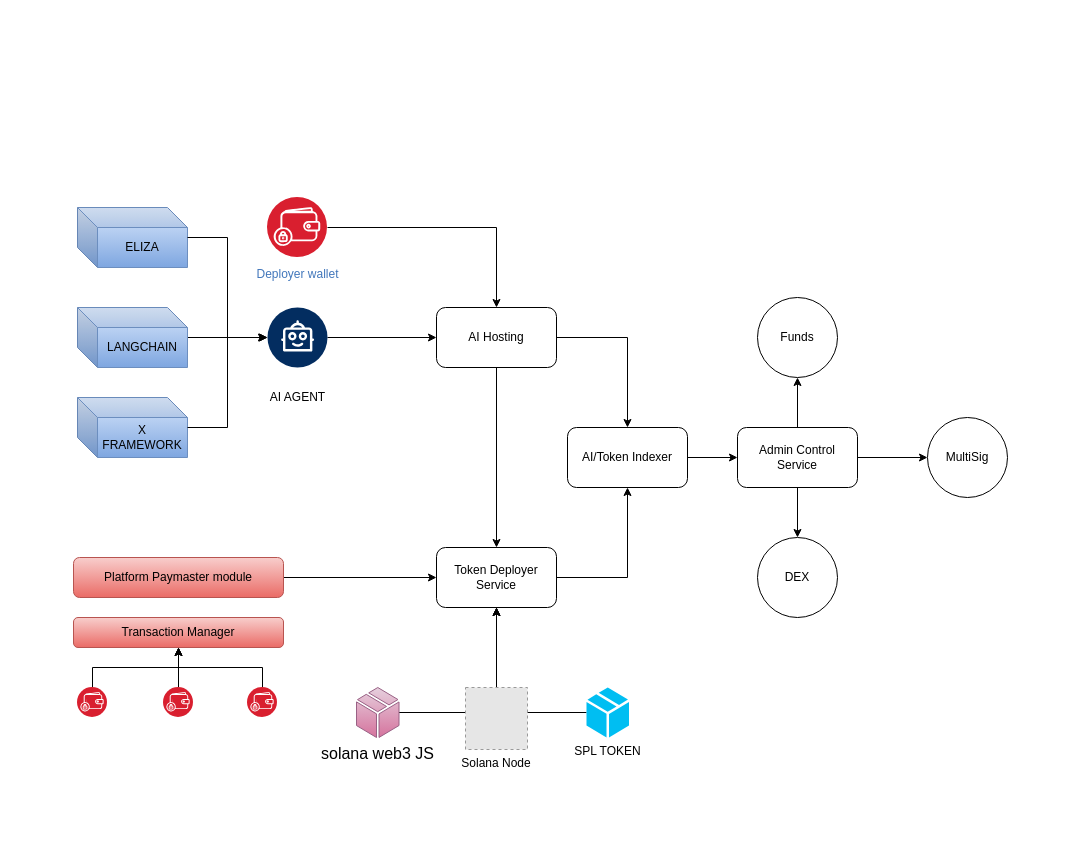
The draw.io diagram UpStreet-flow-diagram.drawio in ali-05-ahmed/Concept-Diagrams, before the edit. Source tidied: cells renumbered, new cells numbered last; positions are measured from the earlier drawing's top-left corner, leaving out a move shared by most shapes. Both pictures are drawn from the tidied source at 100%, with x=0, y=0 at pixel (73, 197). Pictures stored in the file or linked from it are replaced by grey dashed boxes.
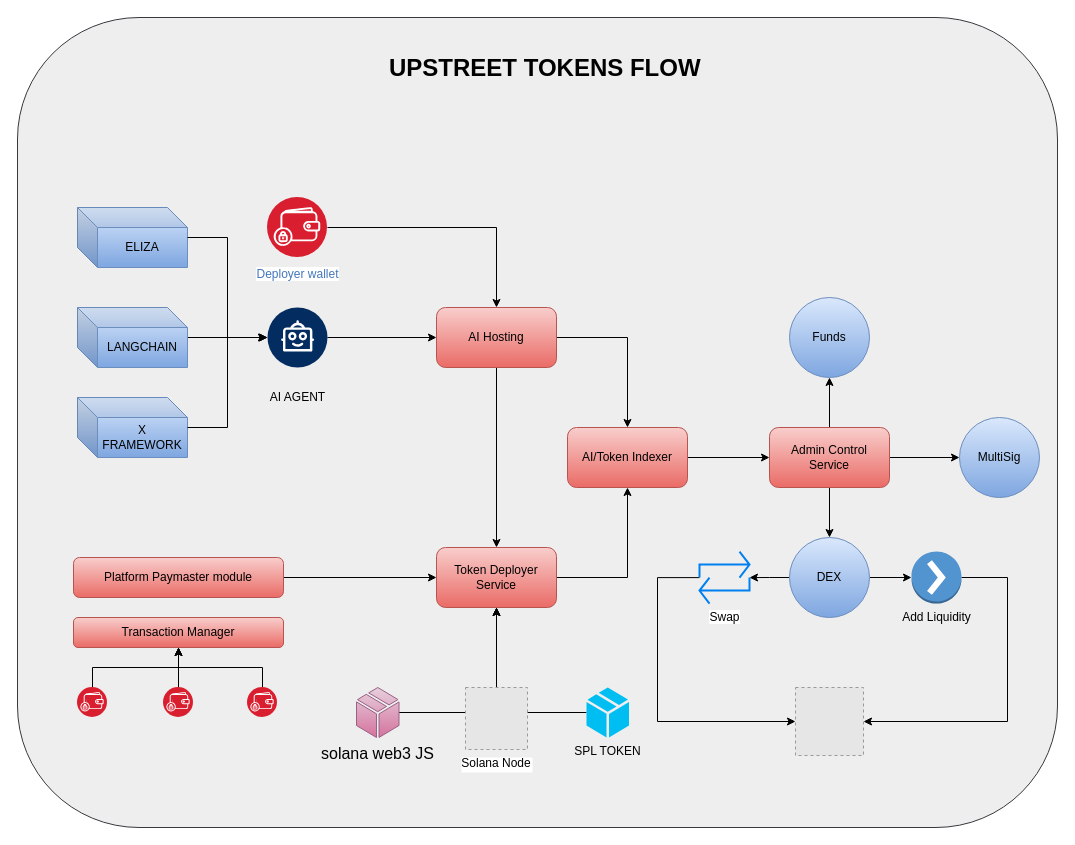
The same diagram, later.

Diff of the diagram source:
```diff
@@
+    <mxCell id="41" style="rounded=1;whiteSpace=wrap;html=1;fillColor=#eeeeee;strokeColor=#36393d;" parent="1" vertex="1">
+      <mxGeometry x="-56" y="-180" width="1040" height="810" as="geometry" />
+    </mxCell>
@@
-    <mxCell id="4" value="AI Hosting" style="rounded=1;whiteSpace=wrap;html=1;" parent="1" vertex="1">
+    <mxCell id="4" value="AI Hosting" style="rounded=1;whiteSpace=wrap;html=1;fillColor=#f8cecc;gradientColor=#ea6b66;strokeColor=#b85450;" parent="1" vertex="1">
       <mxGeometry x="363" y="110" width="120" height="60" as="geometry" />
     </mxCell>
@@
-    <mxCell id="10" value="Token Deployer Service" style="rounded=1;whiteSpace=wrap;html=1;" parent="1" vertex="1">
+    <mxCell id="10" value="Token Deployer Service" style="rounded=1;whiteSpace=wrap;html=1;fillColor=#f8cecc;gradientColor=#ea6b66;strokeColor=#b85450;" parent="1" vertex="1">
       <mxGeometry x="363" y="350" width="120" height="60" as="geometry" />
     </mxCell>
@@
-    <mxCell id="18" value="AI/Token Indexer" style="rounded=1;whiteSpace=wrap;html=1;" parent="1" vertex="1">
+    <mxCell id="18" value="AI/Token Indexer" style="rounded=1;whiteSpace=wrap;html=1;fillColor=#f8cecc;gradientColor=#ea6b66;strokeColor=#b85450;" parent="1" vertex="1">
       <mxGeometry x="494" y="230" width="120" height="60" as="geometry" />
     </mxCell>
@@
-    <mxCell id="37" value="Admin Control Service" style="rounded=1;whiteSpace=wrap;html=1;" parent="1" vertex="1">
-      <mxGeometry x="664" y="230" width="120" height="60" as="geometry" />
+    <mxCell id="37" value="Admin Control Service" style="rounded=1;whiteSpace=wrap;html=1;fillColor=#f8cecc;gradientColor=#ea6b66;strokeColor=#b85450;" parent="1" vertex="1">
+      <mxGeometry x="696" y="230" width="120" height="60" as="geometry" />
     </mxCell>
+    <mxCell id="42" style="edgeStyle=orthogonalEdgeStyle;rounded=0;jettySize=auto;html=1;" parent="1" edge="1" source="38" target="46">
+      <mxGeometry relative="1" as="geometry" />
+    </mxCell>
+    <mxCell id="43" style="edgeStyle=orthogonalEdgeStyle;rounded=0;jettySize=auto;html=1;" parent="1" edge="1" source="38" target="48">
+      <mxGeometry relative="1" as="geometry" />
+    </mxCell>
-    <mxCell id="38" value="DEX" style="ellipse;whiteSpace=wrap;html=1;" parent="1" vertex="1">
-      <mxGeometry x="684" y="340" width="80" height="80" as="geometry" />
+    <mxCell id="38" value="DEX" style="ellipse;whiteSpace=wrap;html=1;fillColor=#dae8fc;gradientColor=#7ea6e0;strokeColor=#6c8ebf;" parent="1" vertex="1">
+      <mxGeometry x="716" y="340" width="80" height="80" as="geometry" />
     </mxCell>
-    <mxCell id="39" value="Funds" style="ellipse;whiteSpace=wrap;html=1;" parent="1" vertex="1">
-      <mxGeometry x="684" y="100" width="80" height="80" as="geometry" />
+    <mxCell id="39" value="Funds" style="ellipse;whiteSpace=wrap;html=1;fillColor=#dae8fc;strokeColor=#6c8ebf;gradientColor=#7ea6e0;" parent="1" vertex="1">
+      <mxGeometry x="716" y="100" width="80" height="80" as="geometry" />
     </mxCell>
-    <mxCell id="40" value="MultiSig" style="ellipse;whiteSpace=wrap;html=1;" parent="1" vertex="1">
-      <mxGeometry x="854" y="220" width="80" height="80" as="geometry" />
+    <mxCell id="40" value="MultiSig" style="ellipse;whiteSpace=wrap;html=1;fillColor=#dae8fc;gradientColor=#7ea6e0;strokeColor=#6c8ebf;" parent="1" vertex="1">
+      <mxGeometry x="886" y="220" width="80" height="80" as="geometry" />
     </mxCell>
+    <mxCell id="44" style="fillColor=#E6E6E6;strokeColor=#999999;dashed=1;verticalLabelPosition=bottom;labelBackgroundColor=default;verticalAlign=top;" parent="1" vertex="1">
+      <mxGeometry x="722" y="490" width="68" height="68" as="geometry" />
+    </mxCell>
+    <mxCell id="45" style="edgeStyle=orthogonalEdgeStyle;rounded=0;jettySize=auto;html=1;entryX=1;entryY=0.5;entryDx=0;entryDy=0;" parent="1" edge="1" source="46" target="44">
+      <mxGeometry relative="1" as="geometry">
+        <Array as="points">
+          <mxPoint x="934" y="380" />
+          <mxPoint x="934" y="524" />
+        </Array>
+      </mxGeometry>
+    </mxCell>
+    <mxCell id="46" value="Add Liquidity" style="outlineConnect=0;dashed=0;verticalLabelPosition=bottom;verticalAlign=top;align=center;html=1;shape=mxgraph.aws3.action;fillColor=#5294CF;gradientColor=none;" parent="1" vertex="1">
+      <mxGeometry x="838" y="353.9" width="50" height="52.2" as="geometry" />
+    </mxCell>
+    <mxCell id="47" style="edgeStyle=orthogonalEdgeStyle;rounded=0;jettySize=auto;html=1;entryX=0;entryY=0.5;entryDx=0;entryDy=0;" parent="1" edge="1" source="48" target="44">
+      <mxGeometry relative="1" as="geometry">
+        <Array as="points">
+          <mxPoint x="584" y="380" />
+          <mxPoint x="584" y="524" />
+        </Array>
+      </mxGeometry>
+    </mxCell>
+    <mxCell id="48" value="Swap" style="html=1;verticalLabelPosition=bottom;align=center;labelBackgroundColor=#ffffff;verticalAlign=top;strokeWidth=2;strokeColor=#0080F0;shadow=0;dashed=0;shape=mxgraph.ios7.icons.repeat;" parent="1" vertex="1">
+      <mxGeometry x="626" y="354.1" width="50" height="52" as="geometry" />
+    </mxCell>
+    <mxCell id="49" value="&lt;h1 style=&quot;margin-top: 0px;&quot;&gt;UPSTREET TOKENS FLOW&lt;/h1&gt;" style="text;html=1;whiteSpace=wrap;overflow=hidden;rounded=0;" parent="1" vertex="1">
+      <mxGeometry x="314" y="-150" width="315" height="40" as="geometry" />
+    </mxCell>
```
